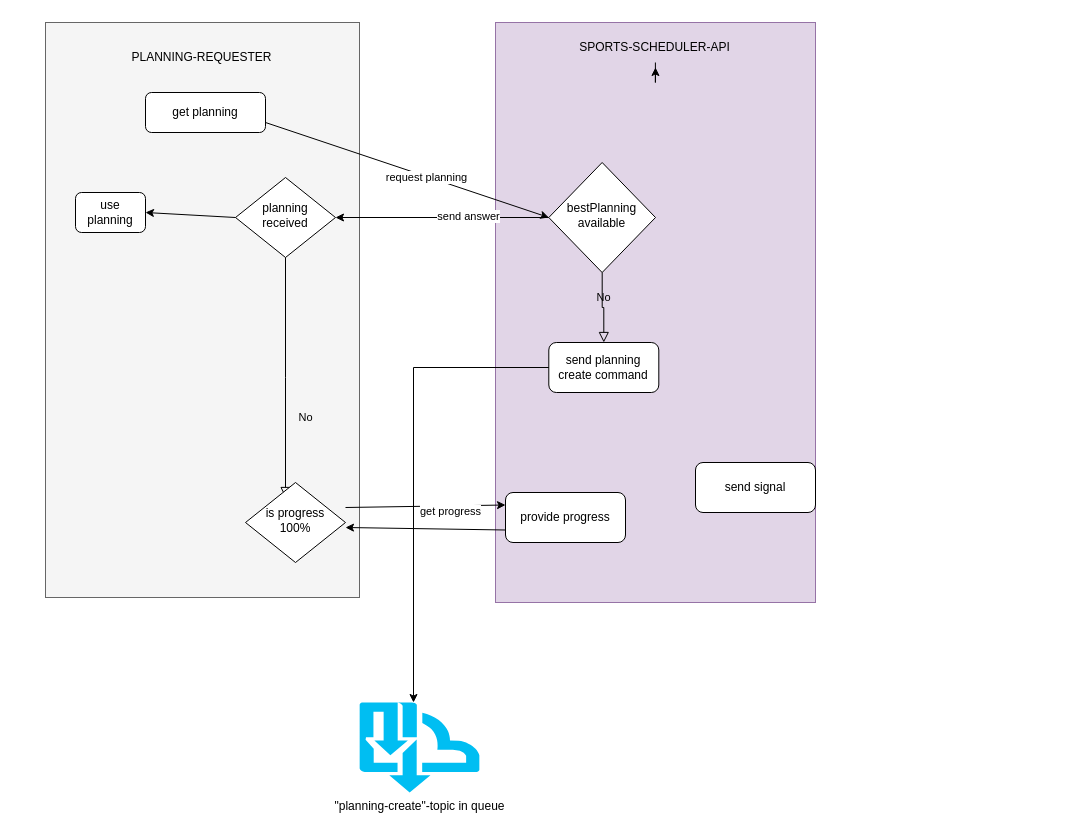
Earlier version of the draw.io diagram public/docs/fct-create-planning-flow.drawio (thepercival/fctoernooi-api). Source tidied: cells renumbered, new cells numbered last; positions are measured from the earlier drawing's top-left corner, leaving out a move shared by most shapes. Both pictures are drawn from the tidied source at 100%, with x=0, y=0 at pixel (45, 22).
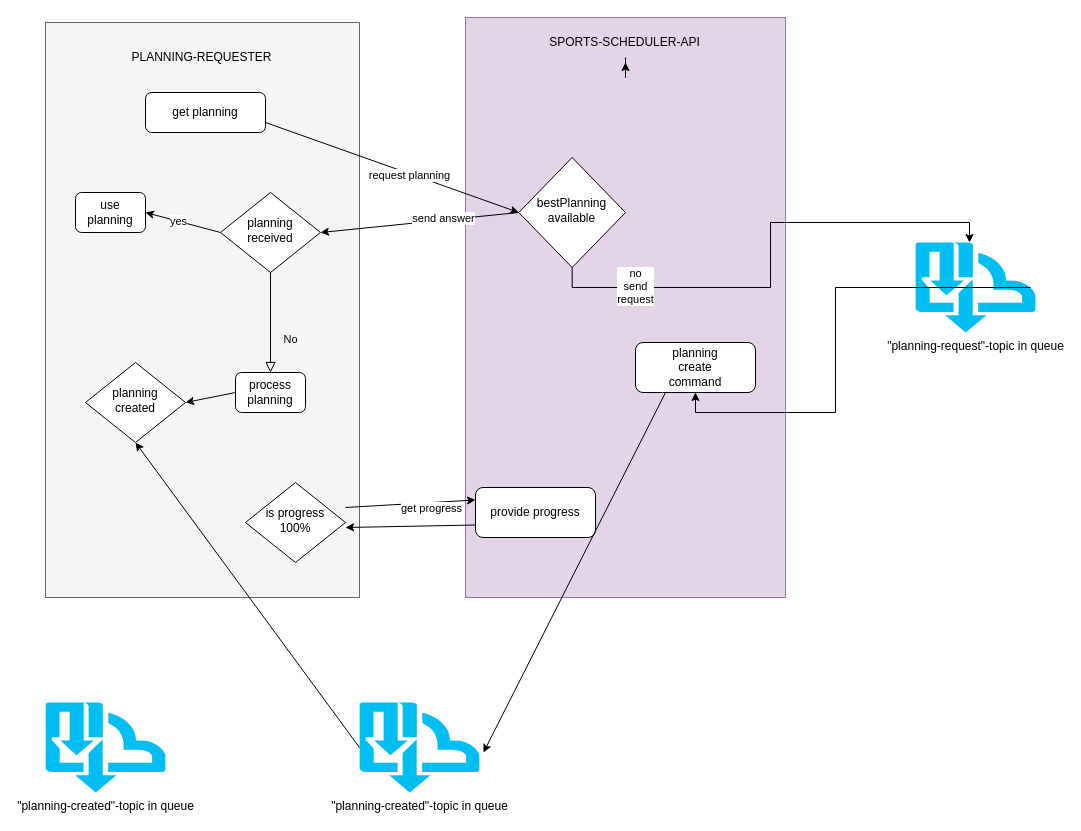
The same page after the edit.

The change refers to these unchanged cells:
```xml
<mxCell id="2" style="group;fillColor=#f5f5f5;fontColor=#333333;strokeColor=#666666;" parent="1" vertex="1">
  <mxGeometry width="314" height="575" as="geometry" />
</mxCell>
<mxCell id="9" value="bestPlanning available" style="rhombus;whiteSpace=wrap;html=1;shadow=0;fontFamily=Helvetica;fontSize=12;align=center;strokeWidth=1;spacing=6;spacingTop=-4;" parent="8" vertex="1">
  <mxGeometry x="53.3" y="140" width="106.7" height="110" as="geometry" />
</mxCell>
<mxCell id="26" style="endArrow=classic;html=1;rounded=0;exitX=0;exitY=0.5;exitDx=0;exitDy=0;entryX=1;entryY=0.5;entryDx=0;entryDy=0;" parent="1" edge="1" source="4" target="27">
  <mxGeometry relative="1" as="geometry" />
</mxCell>
```

The edit, as a diff of the source:
```diff
@@
     <mxCell id="4" value="planning received" style="rhombus;whiteSpace=wrap;html=1;shadow=0;fontFamily=Helvetica;fontSize=12;align=center;strokeWidth=1;spacing=6;spacingTop=-4;" parent="2" vertex="1">
-      <mxGeometry x="190" y="155" width="100" height="80" as="geometry" />
+      <mxGeometry x="175" y="170" width="100" height="80" as="geometry" />
     </mxCell>
-    <mxCell id="5" value="No" style="rounded=0;html=1;jettySize=auto;fontSize=11;endArrow=block;endFill=0;endSize=8;strokeWidth=1;shadow=0;labelBackgroundColor=none;edgeStyle=orthogonalEdgeStyle;" parent="2" edge="1" source="4">
-      <mxGeometry x="0.33" y="20" relative="1" as="geometry">
-        <mxPoint x="240" y="475" as="targetPoint" />
-      </mxGeometry>
+    <mxCell id="5" value="No" style="rounded=0;html=1;jettySize=auto;fontSize=11;endArrow=block;endFill=0;endSize=8;strokeWidth=1;shadow=0;labelBackgroundColor=none;edgeStyle=orthogonalEdgeStyle;entryX=0.5;entryY=0;entryDx=0;entryDy=0;" parent="2" edge="1" source="4" target="28">
+      <mxGeometry x="0.33" y="20" relative="1" as="geometry" />
     </mxCell>
@@
+    <mxCell id="28" value="process planning" style="rounded=1;whiteSpace=wrap;html=1;fontSize=12;glass=0;strokeWidth=1;shadow=0;" parent="2" vertex="1">
+      <mxGeometry x="190" y="350" width="70" height="40" as="geometry" />
+    </mxCell>
+    <mxCell id="29" value="planning&lt;br&gt;created" style="rhombus;whiteSpace=wrap;html=1;shadow=0;fontFamily=Helvetica;fontSize=12;align=center;strokeWidth=1;spacing=6;spacingTop=-4;" parent="2" vertex="1">
+      <mxGeometry x="40" y="340" width="100" height="80" as="geometry" />
+    </mxCell>
+    <mxCell id="30" style="endArrow=classic;html=1;rounded=0;entryX=1;entryY=0.5;entryDx=0;entryDy=0;exitX=0;exitY=0.5;exitDx=0;exitDy=0;" parent="2" edge="1" source="28" target="29">
+      <mxGeometry relative="1" as="geometry" />
+    </mxCell>
     <mxCell id="8" style="group;fillColor=#e1d5e7;strokeColor=#9673a6;" parent="1" vertex="1">
-      <mxGeometry x="450" width="320" height="580" as="geometry" />
+      <mxGeometry x="420" y="-5" width="320" height="580" as="geometry" />
     </mxCell>
@@
-    <mxCell id="10" value="No" style="edgeStyle=orthogonalEdgeStyle;rounded=0;html=1;jettySize=auto;fontSize=11;endArrow=block;endFill=0;endSize=8;strokeWidth=1;shadow=0;labelBackgroundColor=none;" parent="8" edge="1" source="9" target="11">
-      <mxGeometry y="10" relative="1" as="geometry" />
-    </mxCell>
-    <mxCell id="11" value="send planning create command" style="rounded=1;whiteSpace=wrap;html=1;fontSize=12;glass=0;strokeWidth=1;shadow=0;" parent="8" vertex="1">
-      <mxGeometry x="53.3" y="320" width="110" height="50" as="geometry" />
-    </mxCell>
-    <mxCell id="12" value="send signal" style="rounded=1;whiteSpace=wrap;html=1;fontSize=12;glass=0;strokeWidth=1;shadow=0;" parent="8" vertex="1">
-      <mxGeometry x="200" y="440" width="120" height="50" as="geometry" />
+    <mxCell id="12" value="planning&lt;br&gt;create&lt;br&gt;command" style="rounded=1;whiteSpace=wrap;html=1;fontSize=12;glass=0;strokeWidth=1;shadow=0;" parent="8" vertex="1">
+      <mxGeometry x="170" y="325" width="120" height="50" as="geometry" />
     </mxCell>
@@
-    <mxCell id="23" value="&quot;planning-create&quot;-topic in queue" style="verticalLabelPosition=bottom;html=1;verticalAlign=top;align=center;strokeColor=none;fillColor=#00BEF2;shape=mxgraph.azure.service_bus_topics_and_subscriptions;" parent="1" vertex="1">
-      <mxGeometry x="314" y="680" width="120" height="90" as="geometry" />
+    <mxCell id="23" value="&quot;planning-request&quot;-topic in queue" style="verticalLabelPosition=bottom;html=1;verticalAlign=top;align=center;strokeColor=none;fillColor=#00BEF2;shape=mxgraph.azure.service_bus_topics_and_subscriptions;" parent="1" vertex="1">
+      <mxGeometry x="870" y="220" width="120" height="90" as="geometry" />
     </mxCell>
-    <mxCell id="24" style="edgeStyle=orthogonalEdgeStyle;rounded=0;jettySize=auto;html=1;exitX=0;exitY=0.5;exitDx=0;exitDy=0;entryX=0.45;entryY=0;entryDx=0;entryDy=0;entryPerimeter=0;" parent="1" edge="1" source="11" target="23">
+    <mxCell id="24" style="edgeStyle=orthogonalEdgeStyle;rounded=0;jettySize=auto;html=1;entryX=0.5;entryY=1;entryDx=0;entryDy=0;exitX=0.96;exitY=0.5;exitDx=0;exitDy=0;exitPerimeter=0;" parent="1" edge="1" source="23" target="12">
       <mxGeometry relative="1" as="geometry" />
     </mxCell>
@@
+    <mxCell id="31" value="yes" style="edgeLabel;html=1;align=center;verticalAlign=middle;" parent="26" vertex="1">
+      <mxGeometry x="0.13" relative="1" as="geometry" />
+    </mxCell>
@@
+    <mxCell id="32" value="&quot;planning-created&quot;-topic in queue" style="verticalLabelPosition=bottom;html=1;verticalAlign=top;align=center;strokeColor=none;fillColor=#00BEF2;shape=mxgraph.azure.service_bus_topics_and_subscriptions;" parent="1" vertex="1">
+      <mxGeometry x="314" y="680" width="120" height="90" as="geometry" />
+    </mxCell>
+    <mxCell id="33" style="edgeStyle=orthogonalEdgeStyle;rounded=0;jettySize=auto;html=1;exitX=0.5;exitY=1;exitDx=0;exitDy=0;entryX=0.45;entryY=0;entryDx=0;entryDy=0;entryPerimeter=0;" parent="1" edge="1" source="9" target="23">
+      <mxGeometry relative="1" as="geometry" />
+    </mxCell>
+    <mxCell id="34" value="no&lt;br&gt;send&lt;br&gt;request" style="edgeLabel;html=1;align=center;verticalAlign=middle;" parent="33" vertex="1">
+      <mxGeometry x="-0.67" y="2" relative="1" as="geometry" />
+    </mxCell>
+    <mxCell id="35" style="endArrow=classic;html=1;rounded=0;entryX=0.5;entryY=1;entryDx=0;entryDy=0;exitX=0;exitY=0.5;exitDx=0;exitDy=0;exitPerimeter=0;" parent="1" edge="1" source="32" target="29">
+      <mxGeometry relative="1" as="geometry" />
+    </mxCell>
+    <mxCell id="36" style="endArrow=classic;html=1;rounded=0;entryX=1.033;entryY=0.556;entryDx=0;entryDy=0;entryPerimeter=0;exitX=0.25;exitY=1;exitDx=0;exitDy=0;" parent="1" edge="1" source="12" target="32">
+      <mxGeometry relative="1" as="geometry" />
+    </mxCell>
+    <mxCell id="37" value="&quot;planning-created&quot;-topic in queue" style="verticalLabelPosition=bottom;html=1;verticalAlign=top;align=center;strokeColor=none;fillColor=#00BEF2;shape=mxgraph.azure.service_bus_topics_and_subscriptions;" parent="1" vertex="1">
+      <mxGeometry y="680" width="120" height="90" as="geometry" />
+    </mxCell>
```
